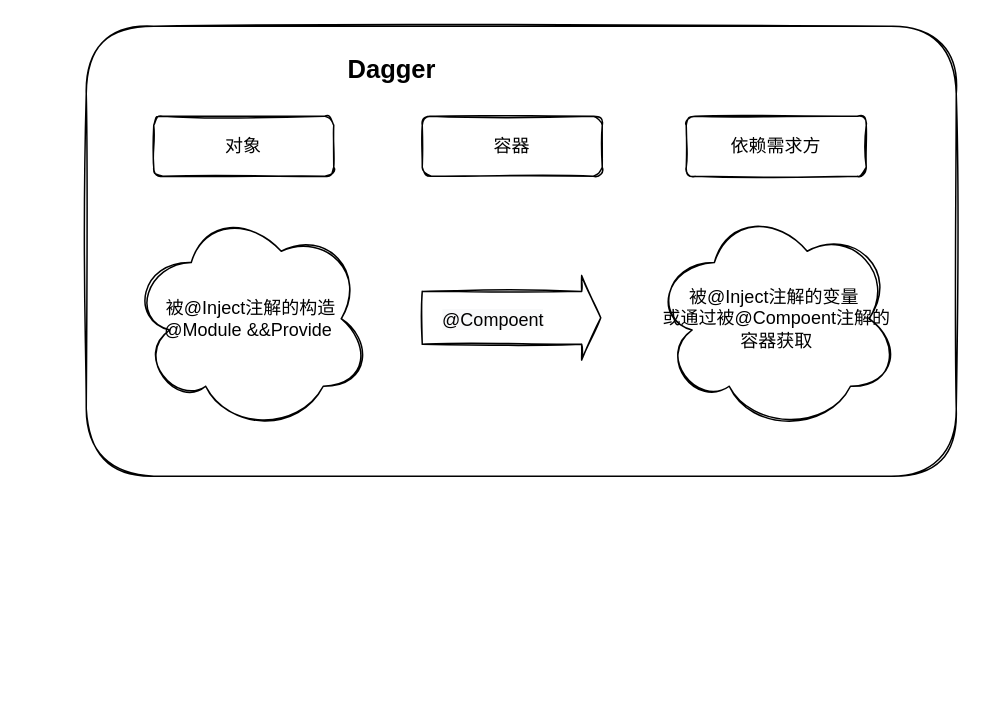
Xiaojiu666/Knowledge keeps this draw.io diagram as image/未命名绘图.drawio. Above is the earlier version. Source tidied: cells renumbered, new cells numbered last; positions are measured from the earlier drawing's top-left corner, leaving out a move shared by most shapes. Both pictures are drawn from the tidied source at 150%, with x=0, y=0 at pixel (86, 26).
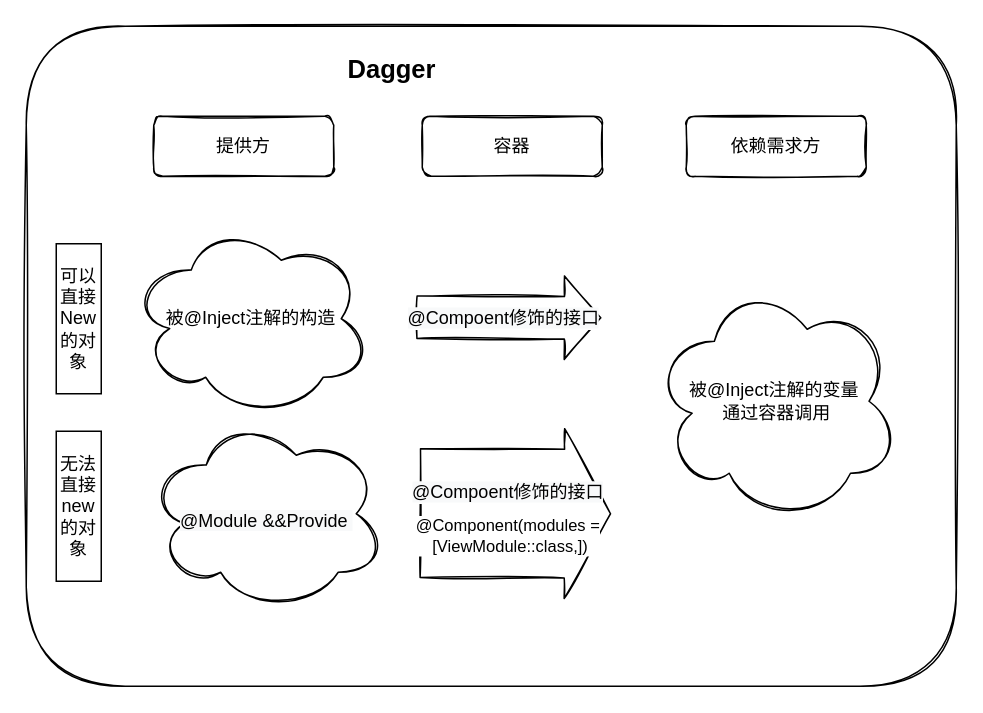
Above is the later version.

Change to the diagram source:
```diff
@@
     <mxCell id="2" style="rounded=1;whiteSpace=wrap;html=1;sketch=1;" parent="1" vertex="1">
-      <mxGeometry width="580" height="300" as="geometry" />
+      <mxGeometry x="-40" width="620" height="440" as="geometry" />
     </mxCell>
+    <mxCell id="11" style="ellipse;shape=cloud;whiteSpace=wrap;html=1;rounded=1;sketch=1;" parent="1" vertex="1">
+      <mxGeometry x="40" y="260" width="160" height="130" as="geometry" />
+    </mxCell>
-    <mxCell id="3" value="对象" style="rounded=1;whiteSpace=wrap;html=1;sketch=1;" parent="1" vertex="1">
+    <mxCell id="3" value="提供方" style="rounded=1;whiteSpace=wrap;html=1;sketch=1;" parent="1" vertex="1">
       <mxGeometry x="45" y="60" width="120" height="40" as="geometry" />
     </mxCell>
@@
-    <mxCell id="6" value="被@Inject注解的构造&lt;br&gt;@Module &amp;amp;&amp;amp;Provide&amp;nbsp;" style="ellipse;shape=cloud;whiteSpace=wrap;html=1;rounded=1;sketch=1;" parent="1" vertex="1">
-      <mxGeometry x="30" y="120" width="160" height="150" as="geometry" />
+    <mxCell id="6" value="被@Inject注解的构造" style="ellipse;shape=cloud;whiteSpace=wrap;html=1;rounded=1;sketch=1;" parent="1" vertex="1">
+      <mxGeometry x="30" y="130" width="160" height="130" as="geometry" />
     </mxCell>
-    <mxCell id="7" style="shape=flexArrow;endArrow=classic;html=1;width=35.294117647058826;endSize=3.9058823529411764;sketch=1;" parent="1" edge="1">
-      <mxGeometry relative="1" as="geometry">
-        <mxPoint x="223.5" y="194.4" as="sourcePoint" />
+    <mxCell id="7" value="&lt;span style=&quot;color: rgb(0, 0, 0); font-family: helvetica; font-size: 12px; font-style: normal; font-weight: 400; letter-spacing: normal; text-align: center; text-indent: 0px; text-transform: none; word-spacing: 0px; background-color: rgb(248, 249, 250); display: inline; float: none;&quot;&gt;@Module &amp;amp;&amp;amp;Provide&amp;nbsp;&lt;/span&gt;" style="shape=flexArrow;endArrow=classic;html=1;width=28.333333333333336;endSize=7.750000000000001;sketch=1;endWidth=26.38888888888889;" parent="1" edge="1">
+      <mxGeometry x="-1" y="-169" relative="1" as="geometry">
+        <mxPoint x="220" y="194" as="sourcePoint" />
         <mxPoint x="343.5" y="194.4" as="targetPoint" />
+        <mxPoint x="-99" y="-33" as="offset" />
       </mxGeometry>
     </mxCell>
-    <mxCell id="8" value="&lt;span style=&quot;font-size: 12px ; background-color: rgb(248 , 249 , 250)&quot;&gt;@Compoent&lt;/span&gt;" style="edgeLabel;html=1;align=center;verticalAlign=middle;" parent="7" vertex="1">
+    <mxCell id="8" value="&lt;span style=&quot;font-size: 12px ; background-color: rgb(248 , 249 , 250)&quot;&gt;@Compoent修饰的接口&lt;/span&gt;" style="edgeLabel;html=1;align=center;verticalAlign=middle;" parent="7" vertex="1">
       <mxGeometry x="-0.48" y="-1" relative="1" as="geometry">
-        <mxPoint x="15.5" y="-0.4" as="offset" />
+        <mxPoint x="25.7" y="-0.4" as="offset" />
       </mxGeometry>
     </mxCell>
-    <mxCell id="9" value="被@Inject注解的变量&amp;nbsp;&lt;br&gt;或通过被@Compoent注解的容器获取" style="ellipse;shape=cloud;whiteSpace=wrap;html=1;rounded=1;sketch=1;" parent="1" vertex="1">
-      <mxGeometry x="377.5" y="120" width="165" height="150" as="geometry" />
+    <mxCell id="9" value="被@Inject注解的变量&amp;nbsp;&lt;br&gt;通过容器调用" style="ellipse;shape=cloud;whiteSpace=wrap;html=1;rounded=1;sketch=1;" parent="1" vertex="1">
+      <mxGeometry x="377.5" y="170" width="165" height="160" as="geometry" />
     </mxCell>
@@
+    <mxCell id="12" value="可以直接New的对象" style="rounded=0;whiteSpace=wrap;html=1;" parent="1" vertex="1">
+      <mxGeometry x="-20" y="145" width="30" height="100" as="geometry" />
+    </mxCell>
+    <mxCell id="13" value="无法直接new 的对象" style="rounded=0;whiteSpace=wrap;html=1;" parent="1" vertex="1">
+      <mxGeometry x="-20" y="270" width="30" height="100" as="geometry" />
+    </mxCell>
+    <mxCell id="14" style="shape=flexArrow;endArrow=classic;html=1;width=85.83333333333334;endSize=9.908333333333335;sketch=1;endWidth=26.38888888888889;" parent="1" edge="1">
+      <mxGeometry x="-1" y="-155" relative="1" as="geometry">
+        <mxPoint x="222.2" y="324.6" as="sourcePoint" />
+        <mxPoint x="350" y="325" as="targetPoint" />
+        <mxPoint x="-122" y="-60" as="offset" />
+      </mxGeometry>
+    </mxCell>
+    <mxCell id="15" value="&lt;span style=&quot;font-size: 12px ; background-color: rgb(248 , 249 , 250)&quot;&gt;@Compoent修饰的接口&lt;/span&gt;" style="edgeLabel;html=1;align=center;verticalAlign=middle;" parent="14" vertex="1">
+      <mxGeometry x="-0.48" y="-1" relative="1" as="geometry">
+        <mxPoint x="25.7" y="-15.7" as="offset" />
+      </mxGeometry>
+    </mxCell>
+    <mxCell id="16" value="@Component(modules =&lt;br&gt;&amp;nbsp;[ViewModule::class,])" style="edgeLabel;html=1;align=center;verticalAlign=middle;" parent="14" vertex="1">
+      <mxGeometry x="-0.54" y="-6" relative="1" as="geometry">
+        <mxPoint x="29.4" y="9.3" as="offset" />
+      </mxGeometry>
+    </mxCell>
```
